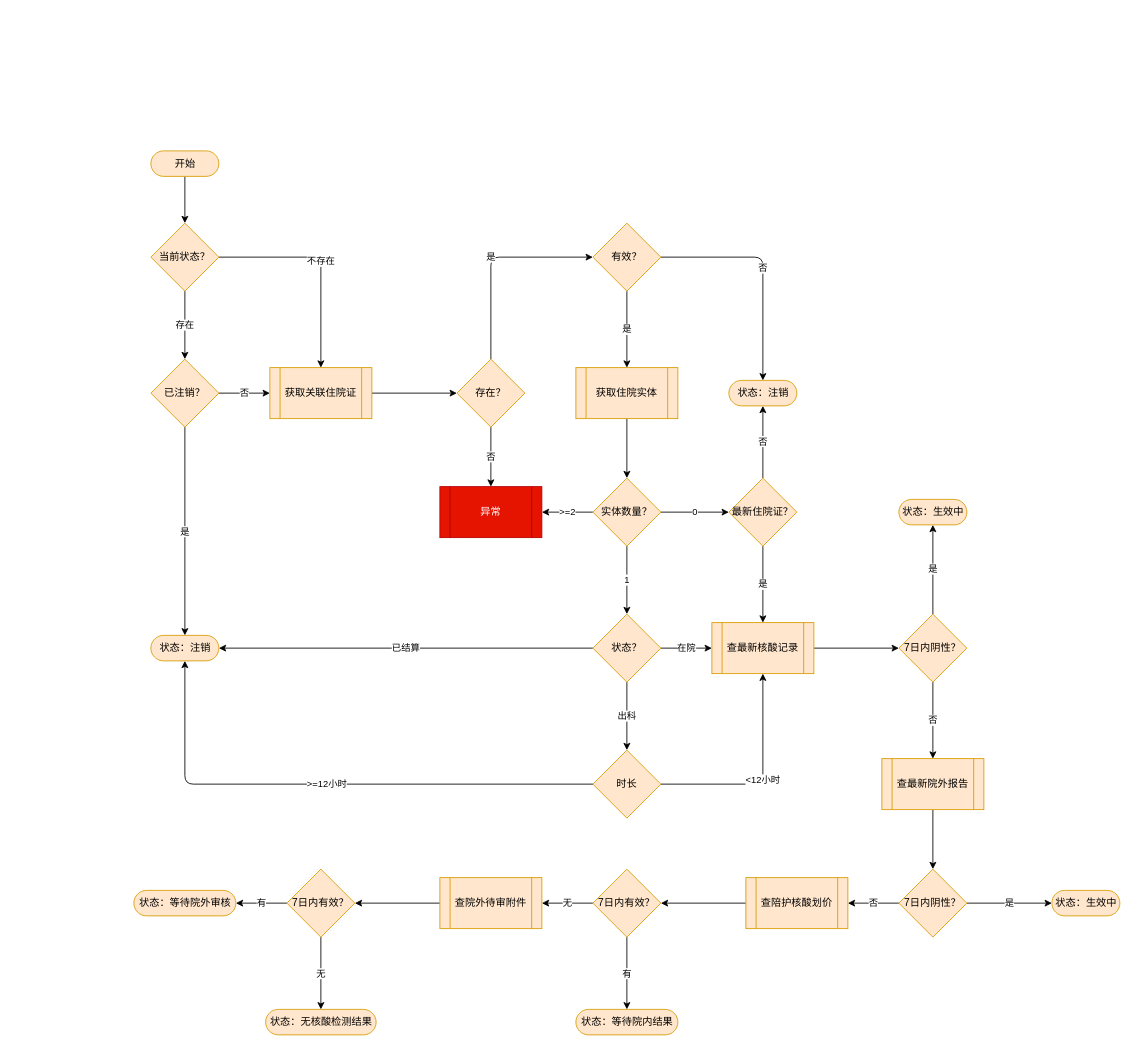
The draw.io diagram src/main/resources/drawio/获取陪护证实时状态.drawio in walnut-qin/springboot.skynet, before the edit. Source tidied: cells renumbered, new cells numbered last; positions are measured from the earlier drawing's top-left corner, leaving out a move shared by most shapes. Both pictures are drawn from the tidied source at 85%, with x=0, y=0 at pixel (133, 150).
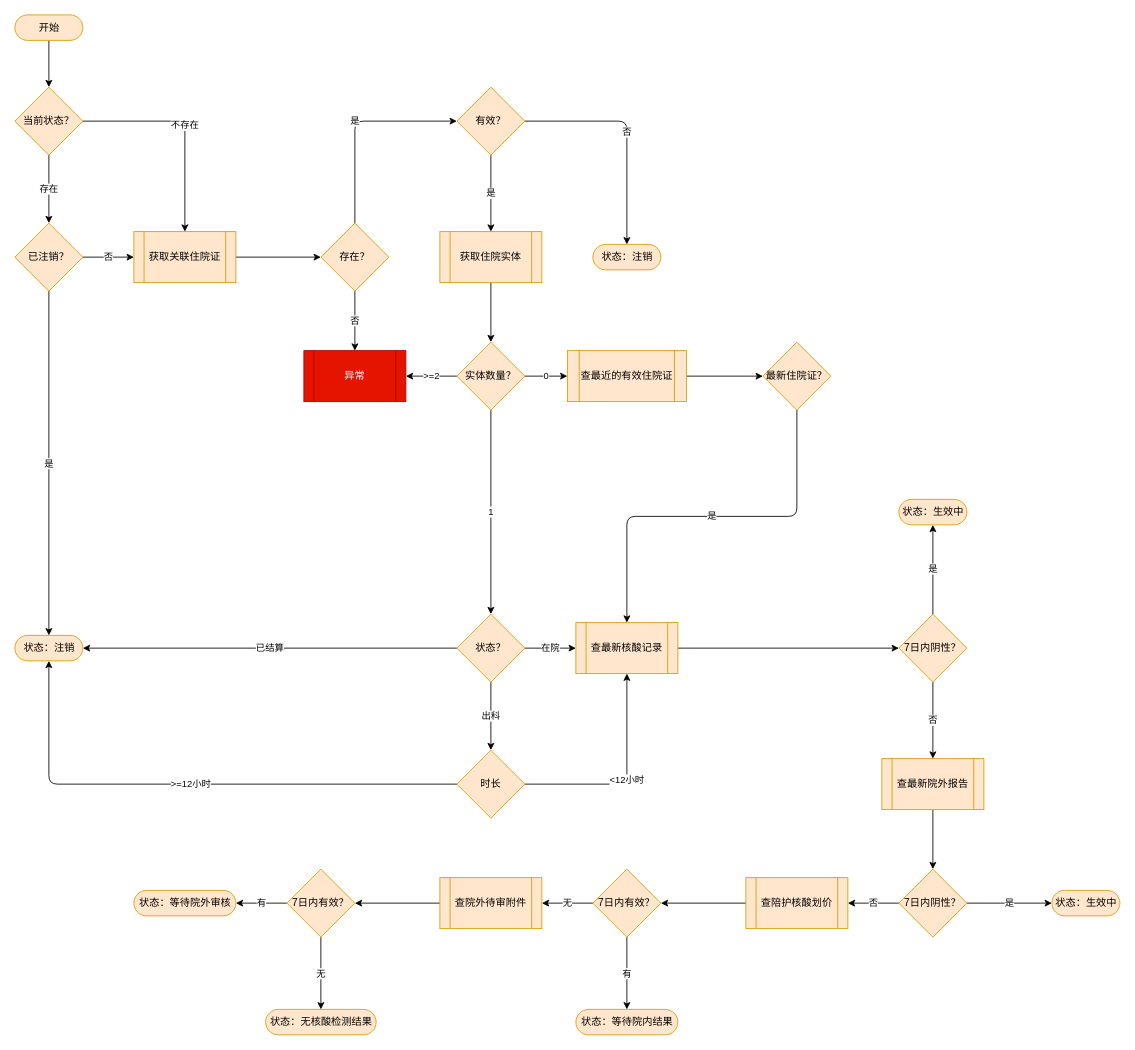
The same diagram, later.

Diff of the diagram source:
```diff
@@
     <mxCell id="3" value="开始" style="html=1;dashed=0;whitespace=wrap;shape=mxgraph.dfd.start;fillColor=#ffe6cc;strokeColor=#d79b00;" parent="1" vertex="1">
-      <mxGeometry x="20" width="80" height="30" as="geometry" />
+      <mxGeometry x="-140" y="-160" width="80" height="30" as="geometry" />
     </mxCell>
@@
     <mxCell id="6" value="当前状态？" style="rhombus;whiteSpace=wrap;html=1;dashed=0;strokeColor=#d79b00;fillColor=#ffe6cc;" parent="1" vertex="1">
-      <mxGeometry x="20" y="85" width="80" height="80" as="geometry" />
+      <mxGeometry x="-140" y="-75" width="80" height="80" as="geometry" />
     </mxCell>
@@
     <mxCell id="9" value="已注销？" style="rhombus;whiteSpace=wrap;html=1;dashed=0;strokeColor=#d79b00;fillColor=#ffe6cc;" parent="1" vertex="1">
-      <mxGeometry x="20" y="245" width="80" height="80" as="geometry" />
+      <mxGeometry x="-140" y="85" width="80" height="80" as="geometry" />
     </mxCell>
@@
     <mxCell id="11" value="获取关联住院证" style="shape=process;whiteSpace=wrap;html=1;backgroundOutline=1;dashed=0;strokeColor=#d79b00;fillColor=#ffe6cc;" parent="1" vertex="1">
-      <mxGeometry x="160" y="255" width="120" height="60" as="geometry" />
+      <mxGeometry y="95" width="120" height="60" as="geometry" />
     </mxCell>
@@
     <mxCell id="13" value="获取住院实体" style="shape=process;whiteSpace=wrap;html=1;backgroundOutline=1;dashed=0;strokeColor=#d79b00;fillColor=#ffe6cc;" parent="1" vertex="1">
-      <mxGeometry x="520" y="255" width="120" height="60" as="geometry" />
+      <mxGeometry x="360" y="95" width="120" height="60" as="geometry" />
     </mxCell>
@@
-    <mxCell id="16" value="0" style="edgeStyle=orthogonalEdgeStyle;html=1;" parent="1" edge="1" source="17" target="30">
+    <mxCell id="16" value="0" style="edgeStyle=orthogonalEdgeStyle;html=1;" parent="1" edge="1" source="17" target="63">
       <mxGeometry relative="1" as="geometry" />
     </mxCell>
     <mxCell id="17" value="实体数量？" style="rhombus;whiteSpace=wrap;html=1;dashed=0;strokeColor=#d79b00;fillColor=#ffe6cc;" parent="1" vertex="1">
-      <mxGeometry x="540" y="385" width="80" height="80" as="geometry" />
+      <mxGeometry x="380" y="225" width="80" height="80" as="geometry" />
     </mxCell>
     <mxCell id="18" value="异常" style="shape=process;whiteSpace=wrap;html=1;backgroundOutline=1;dashed=0;strokeColor=#B20000;fillColor=#e51400;fontColor=#ffffff;" parent="1" vertex="1">
-      <mxGeometry x="360" y="395" width="120" height="60" as="geometry" />
+      <mxGeometry x="200" y="235" width="120" height="60" as="geometry" />
     </mxCell>
@@
     <mxCell id="22" value="状态？" style="rhombus;whiteSpace=wrap;html=1;dashed=0;strokeColor=#d79b00;fillColor=#ffe6cc;" parent="1" vertex="1">
-      <mxGeometry x="540" y="545" width="80" height="80" as="geometry" />
+      <mxGeometry x="380" y="545" width="80" height="80" as="geometry" />
     </mxCell>
@@
     <mxCell id="24" value="时长" style="rhombus;whiteSpace=wrap;html=1;dashed=0;strokeColor=#d79b00;fillColor=#ffe6cc;" parent="1" vertex="1">
-      <mxGeometry x="540" y="705" width="80" height="80" as="geometry" />
+      <mxGeometry x="380" y="705" width="80" height="80" as="geometry" />
     </mxCell>
@@
     <mxCell id="27" value="查最新核酸记录" style="shape=process;whiteSpace=wrap;html=1;backgroundOutline=1;dashed=0;strokeColor=#d79b00;fillColor=#ffe6cc;" parent="1" vertex="1">
-      <mxGeometry x="680" y="555" width="120" height="60" as="geometry" />
+      <mxGeometry x="520" y="555" width="120" height="60" as="geometry" />
     </mxCell>
-    <mxCell id="28" value="否" style="edgeStyle=orthogonalEdgeStyle;html=1;" parent="1" edge="1" source="30" target="31">
-      <mxGeometry relative="1" as="geometry" />
-    </mxCell>
-    <mxCell id="29" value="是" style="edgeStyle=orthogonalEdgeStyle;html=1;" parent="1" edge="1" source="30" target="27">
+    <mxCell id="29" value="是" style="edgeStyle=orthogonalEdgeStyle;html=1;exitX=0.5;exitY=1;exitDx=0;exitDy=0;" parent="1" edge="1" source="30" target="27">
       <mxGeometry relative="1" as="geometry" />
     </mxCell>
     <mxCell id="30" value="最新住院证？" style="rhombus;whiteSpace=wrap;html=1;dashed=0;strokeColor=#d79b00;fillColor=#ffe6cc;" parent="1" vertex="1">
-      <mxGeometry x="700" y="385" width="80" height="80" as="geometry" />
+      <mxGeometry x="740" y="225" width="80" height="80" as="geometry" />
     </mxCell>
     <mxCell id="31" value="状态：注销" style="html=1;dashed=0;whitespace=wrap;shape=mxgraph.dfd.start;fillColor=#ffe6cc;strokeColor=#d79b00;" parent="1" vertex="1">
-      <mxGeometry x="700" y="270" width="80" height="30" as="geometry" />
+      <mxGeometry x="540" y="110" width="80" height="30" as="geometry" />
     </mxCell>
     <mxCell id="32" value="&lt;span&gt;状态：注销&lt;/span&gt;" style="html=1;dashed=0;whitespace=wrap;shape=mxgraph.dfd.start;fillColor=#ffe6cc;strokeColor=#d79b00;" parent="1" vertex="1">
-      <mxGeometry x="20" y="570" width="80" height="30" as="geometry" />
+      <mxGeometry x="-140" y="570" width="80" height="30" as="geometry" />
     </mxCell>
@@
     <mxCell id="58" value="存在？" style="rhombus;whiteSpace=wrap;html=1;dashed=0;strokeColor=#d79b00;fillColor=#ffe6cc;" parent="1" vertex="1">
-      <mxGeometry x="380" y="245" width="80" height="80" as="geometry" />
+      <mxGeometry x="220" y="85" width="80" height="80" as="geometry" />
     </mxCell>
@@
     <mxCell id="61" value="有效？" style="rhombus;whiteSpace=wrap;html=1;dashed=0;strokeColor=#d79b00;fillColor=#ffe6cc;" parent="1" vertex="1">
-      <mxGeometry x="540" y="85" width="80" height="80" as="geometry" />
+      <mxGeometry x="380" y="-75" width="80" height="80" as="geometry" />
     </mxCell>
+    <mxCell id="62" style="edgeStyle=orthogonalEdgeStyle;html=1;" parent="1" edge="1" source="63" target="30">
+      <mxGeometry relative="1" as="geometry" />
+    </mxCell>
+    <mxCell id="63" value="查最近的有效住院证" style="shape=process;whiteSpace=wrap;html=1;backgroundOutline=1;dashed=0;strokeColor=#d79b00;fillColor=#ffe6cc;" parent="1" vertex="1">
+      <mxGeometry x="510" y="235" width="140" height="60" as="geometry" />
+    </mxCell>
```
